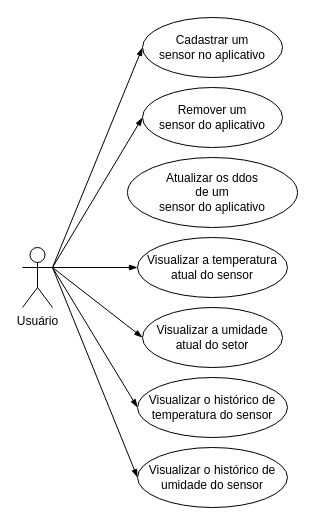
Before: api/docs/diagramas/Casos de uso.drawio in gustapinto/fatec_dsm_pi_quarto_semestre, a draw.io diagram. Source tidied: cells renumbered, new cells numbered last; positions are measured from the earlier drawing's top-left corner, leaving out a move shared by most shapes. Both pictures are drawn from the tidied source at 100%, with x=0, y=0 at pixel (22, 17).
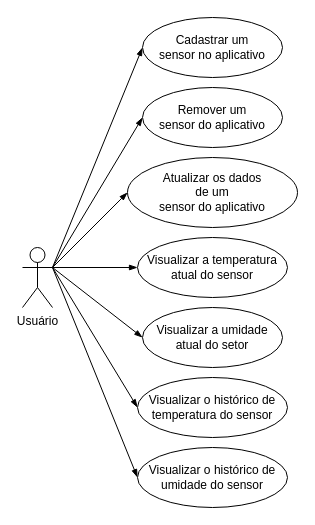
Above is the later version.

Change to the diagram source:
```diff
@@
 <mxGraphModel>
   <root>
     <mxCell id="0" />
     <mxCell id="1" parent="0" />
     <mxCell id="2" style="rounded=0;jettySize=auto;html=1;exitX=1;exitY=0.3333333333333333;exitDx=0;exitDy=0;exitPerimeter=0;entryX=0;entryY=0.5;entryDx=0;entryDy=0;endArrow=blockThin;endFill=1;" parent="1" edge="1" source="8" target="10">
       <mxGeometry relative="1" as="geometry" />
     </mxCell>
     <mxCell id="3" style="rounded=0;jettySize=auto;html=1;exitX=1;exitY=0.3333333333333333;exitDx=0;exitDy=0;exitPerimeter=0;entryX=0;entryY=0.5;entryDx=0;entryDy=0;endArrow=blockThin;endFill=1;" parent="1" edge="1" source="8" target="9">
       <mxGeometry relative="1" as="geometry" />
     </mxCell>
     <mxCell id="4" style="edgeStyle=none;rounded=0;jettySize=auto;html=1;exitX=1;exitY=0.3333333333333333;exitDx=0;exitDy=0;exitPerimeter=0;entryX=0;entryY=0.5;entryDx=0;entryDy=0;endArrow=blockThin;endFill=1;" parent="1" edge="1" source="8" target="11">
       <mxGeometry relative="1" as="geometry" />
     </mxCell>
     <mxCell id="5" style="edgeStyle=none;rounded=0;jettySize=auto;html=1;exitX=1;exitY=0.3333333333333333;exitDx=0;exitDy=0;exitPerimeter=0;entryX=0;entryY=0.5;entryDx=0;entryDy=0;endArrow=blockThin;endFill=1;" parent="1" edge="1" source="8" target="12">
       <mxGeometry relative="1" as="geometry" />
     </mxCell>
     <mxCell id="6" style="edgeStyle=none;rounded=0;jettySize=auto;html=1;exitX=1;exitY=0.3333333333333333;exitDx=0;exitDy=0;exitPerimeter=0;entryX=0;entryY=0.5;entryDx=0;entryDy=0;endArrow=blockThin;endFill=1;" parent="1" edge="1" source="8" target="14">
       <mxGeometry relative="1" as="geometry" />
     </mxCell>
     <mxCell id="7" style="edgeStyle=none;rounded=0;jettySize=auto;html=1;exitX=1;exitY=0.3333333333333333;exitDx=0;exitDy=0;exitPerimeter=0;entryX=0;entryY=0.5;entryDx=0;entryDy=0;endArrow=blockThin;endFill=1;" parent="1" edge="1" source="8" target="15">
       <mxGeometry relative="1" as="geometry" />
     </mxCell>
+    <mxCell id="16" style="edgeStyle=none;rounded=0;jettySize=auto;html=1;exitX=1;exitY=0.3333333333333333;exitDx=0;exitDy=0;exitPerimeter=0;entryX=0;entryY=0.5;entryDx=0;entryDy=0;endArrow=blockThin;endFill=1;" parent="1" edge="1" source="8" target="13">
+      <mxGeometry relative="1" as="geometry" />
+    </mxCell>
     <mxCell id="8" value="Usuário" style="shape=umlActor;verticalLabelPosition=bottom;verticalAlign=top;html=1;" parent="1" vertex="1">
       <mxGeometry y="230" width="30" height="60" as="geometry" />
     </mxCell>
     <mxCell id="9" value="&lt;div&gt;Cadastrar um&lt;/div&gt;&lt;div&gt;sensor no aplicativo&lt;br&gt;&lt;/div&gt;" style="ellipse;whiteSpace=wrap;html=1;" parent="1" vertex="1">
       <mxGeometry x="120" width="140" height="60" as="geometry" />
     </mxCell>
     <mxCell id="10" value="Visualizar a temperatura atual do sensor" style="ellipse;whiteSpace=wrap;html=1;" parent="1" vertex="1">
       <mxGeometry x="115" y="220" width="150" height="60" as="geometry" />
     </mxCell>
     <mxCell id="11" value="Visualizar a umidade atual do setor" style="ellipse;whiteSpace=wrap;html=1;" parent="1" vertex="1">
       <mxGeometry x="120" y="290" width="140" height="60" as="geometry" />
     </mxCell>
     <mxCell id="12" value="&lt;div&gt;Remover um&lt;/div&gt;&lt;div&gt;sensor do aplicativo&lt;br&gt;&lt;/div&gt;" style="ellipse;whiteSpace=wrap;html=1;" parent="1" vertex="1">
       <mxGeometry x="120" y="70" width="140" height="60" as="geometry" />
     </mxCell>
-    <mxCell id="13" value="&lt;div&gt;Atualizar os ddos&lt;/div&gt;&lt;div&gt;de um&lt;/div&gt;&lt;div&gt;sensor do aplicativo&lt;br&gt;&lt;/div&gt;" style="ellipse;whiteSpace=wrap;html=1;" parent="1" vertex="1">
+    <mxCell id="13" value="&lt;div&gt;Atualizar os dados&lt;/div&gt;&lt;div&gt;de um&lt;/div&gt;&lt;div&gt;sensor do aplicativo&lt;br&gt;&lt;/div&gt;" style="ellipse;whiteSpace=wrap;html=1;" parent="1" vertex="1">
       <mxGeometry x="105" y="140" width="170" height="70" as="geometry" />
     </mxCell>
     <mxCell id="14" value="Visualizar o histórico de temperatura do sensor" style="ellipse;whiteSpace=wrap;html=1;" parent="1" vertex="1">
       <mxGeometry x="115" y="360" width="150" height="60" as="geometry" />
     </mxCell>
     <mxCell id="15" value="Visualizar o histórico de umidade do sensor" style="ellipse;whiteSpace=wrap;html=1;" parent="1" vertex="1">
       <mxGeometry x="115" y="430" width="150" height="60" as="geometry" />
     </mxCell>
   </root>
 </mxGraphModel>
```
